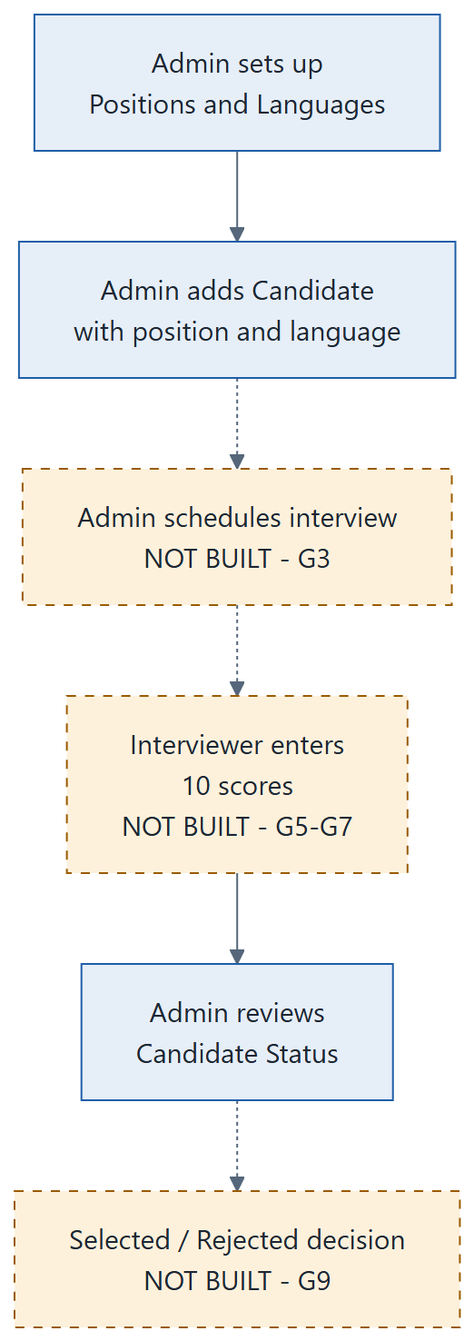
rafitsabbir/RMS keeps this Mermaid diagram as docs/handbooks/src/diagrams/ba-process.png. Above is the earlier version. Its source is kept beside it as docs/handbooks/src/diagrams/ba-process.mmd.
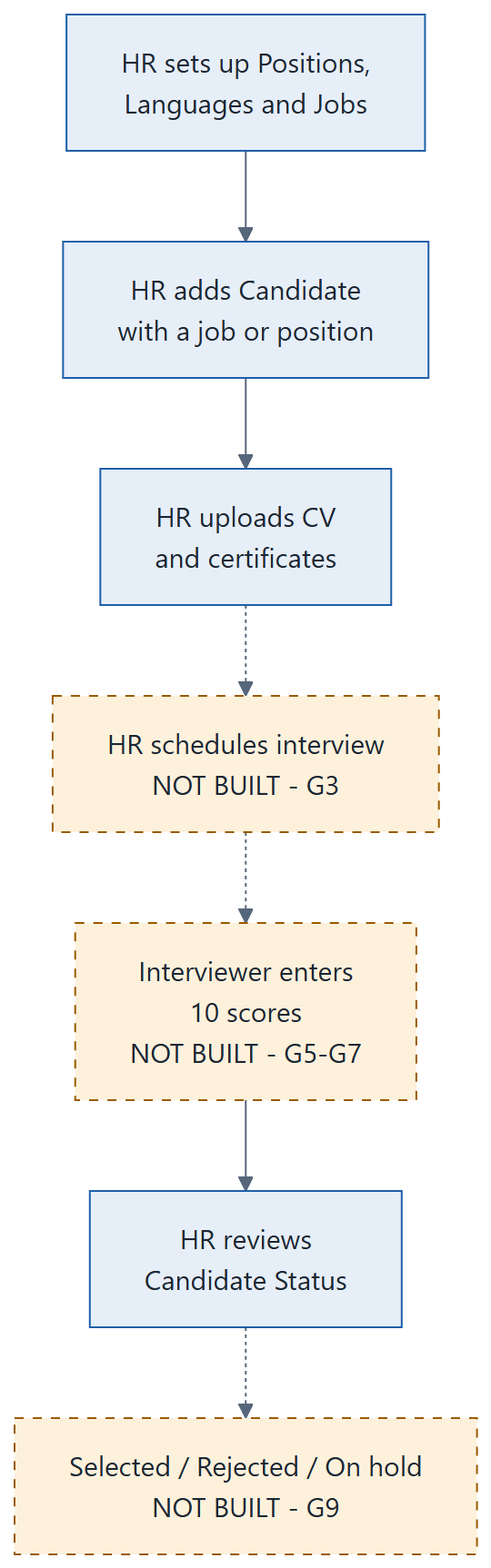
The same file after the commit.

What changed in the source:
```diff
@@ -1,8 +1,9 @@
 flowchart TD
-  A[Admin sets up<br/>Positions and Languages] --> B[Admin adds Candidate<br/>with position and language]
-  B -.-> C[Admin schedules interview<br/>NOT BUILT - G3]
+  A[HR sets up Positions,<br/>Languages and Jobs] --> B[HR adds Candidate<br/>with a job or position]
+  B --> G[HR uploads CV<br/>and certificates]
+  G -.-> C[HR schedules interview<br/>NOT BUILT - G3]
   C -.-> D[Interviewer enters<br/>10 scores<br/>NOT BUILT - G5-G7]
-  D --> E[Admin reviews<br/>Candidate Status]
-  E -.-> F[Selected / Rejected decision<br/>NOT BUILT - G9]
+  D --> E[HR reviews<br/>Candidate Status]
+  E -.-> F[Selected / Rejected / On hold<br/>NOT BUILT - G9]
   classDef todo fill:#fdf1dc,stroke:#9a5b00,stroke-dasharray: 5 5
   class C,D,F todo
```
